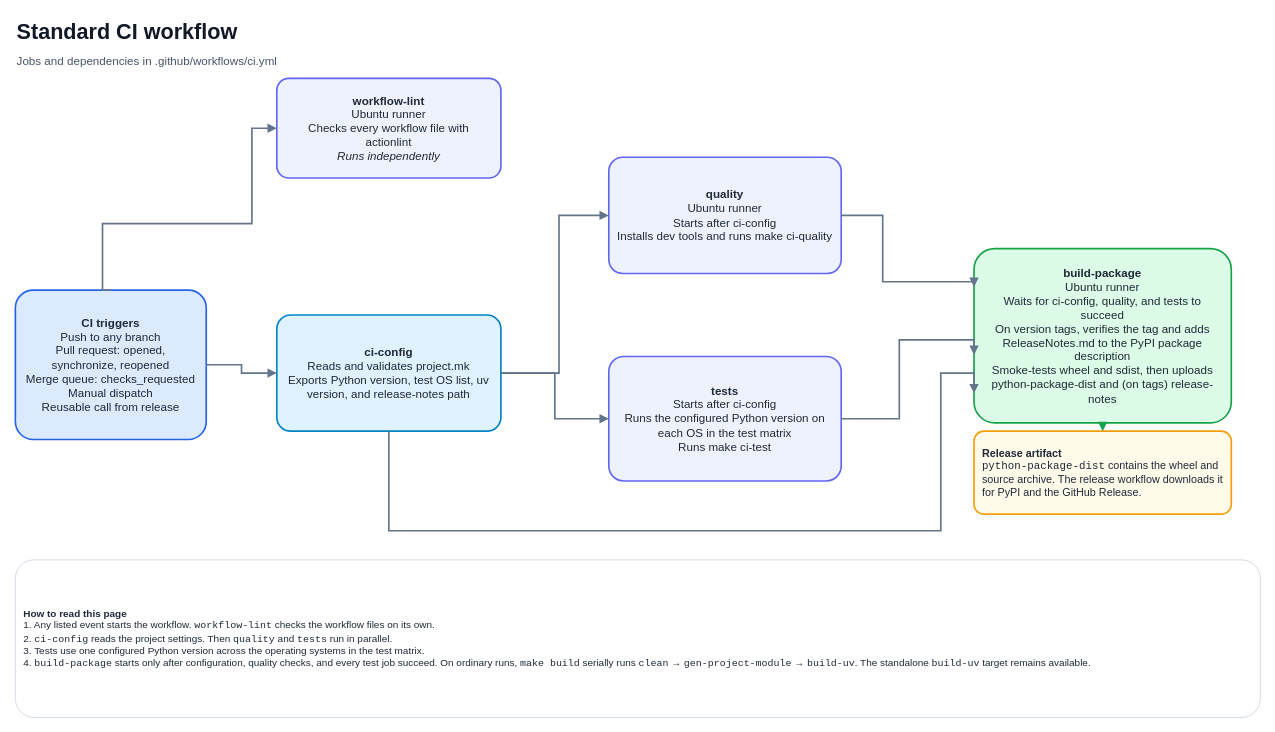
The draw.io diagram page "1 · Standard CI" (1 of 4) of docs/ci-workflows.drawio in GaaabLiz/Python-ci-make-template, before the edit. Source tidied: cells renumbered, new cells numbered last; positions are measured from the earlier drawing's top-left corner, leaving out a move shared by most shapes. Both pictures are drawn from the tidied source at 83%, with x=0, y=0 at pixel (15, 14).
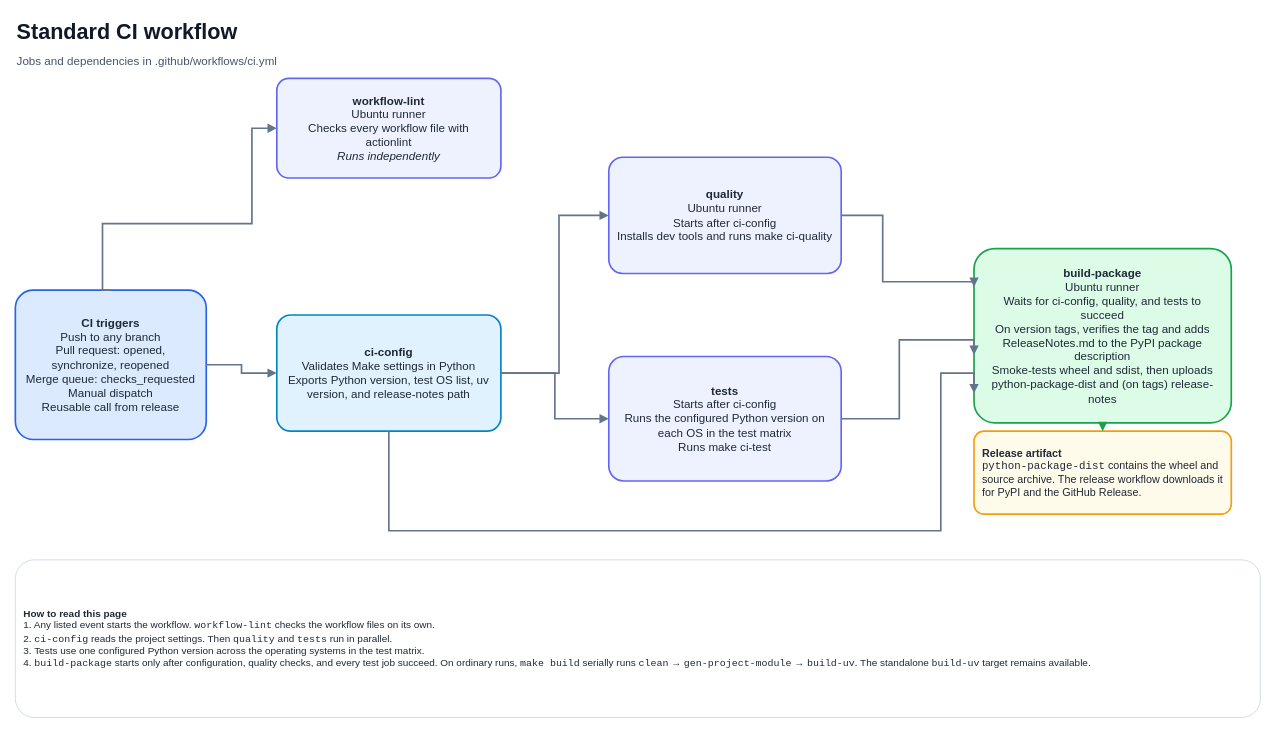
The same page after the edit.

Diff of the diagram source:
```diff
@@
-    <mxCell id="6" value="&lt;b&gt;ci-config&lt;/b&gt;&lt;br&gt;Reads and validates project.mk&lt;br&gt;Exports Python version, test OS list, uv version, and release-notes path" style="rounded=1;whiteSpace=wrap;html=1;align=center;verticalAlign=middle;fontFamily=Helvetica;fontSize=14;fontColor=#1f2937;spacing=10;fillColor=#e0f2fe;strokeColor=#0284c7;strokeWidth=2;arcSize=12;" parent="1" vertex="1">
+    <mxCell id="6" value="&lt;b&gt;ci-config&lt;/b&gt;&lt;br&gt;Validates Make settings in Python&lt;br&gt;Exports Python version, test OS list, uv version, and release-notes path" style="rounded=1;whiteSpace=wrap;html=1;align=center;verticalAlign=middle;fontFamily=Helvetica;fontSize=14;fontColor=#1f2937;spacing=10;fillColor=#e0f2fe;strokeColor=#0284c7;strokeWidth=2;arcSize=12;" parent="1" vertex="1">
       <mxGeometry x="315" y="362" width="270" height="140" as="geometry" />
     </mxCell>
```
